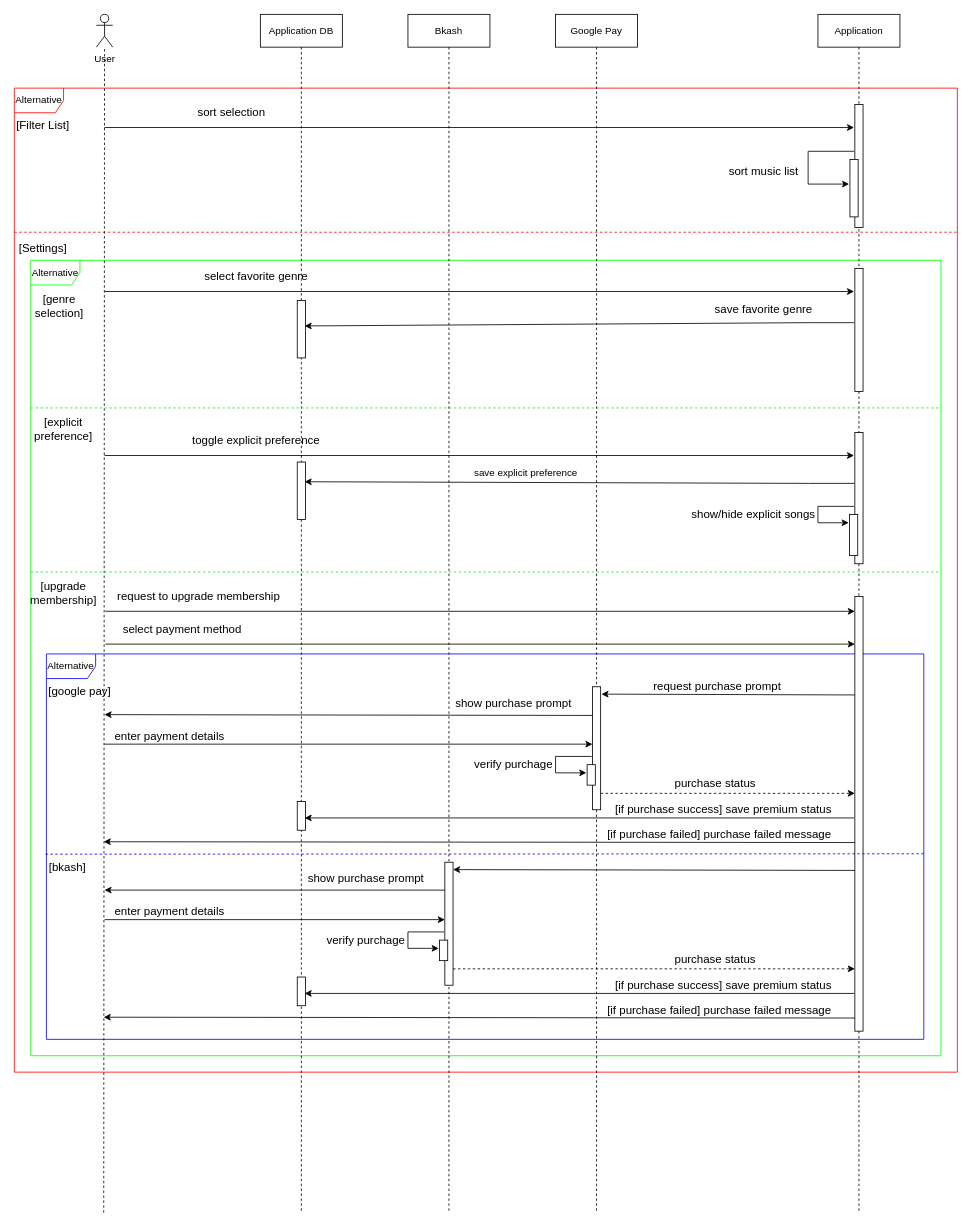
This is page "Page-2" (2 of 4) of System Analysis/PocketKaraoke Sequence Diagram.drawio from FuSan21/PocketKaraoke, a draw.io file, before an edit. Source tidied: cells renumbered, new cells numbered last; positions are measured from the earlier drawing's top-left corner, leaving out a move shared by most shapes. Both pictures are drawn from the tidied source at 82%, with x=0, y=0 at pixel (14, 14).
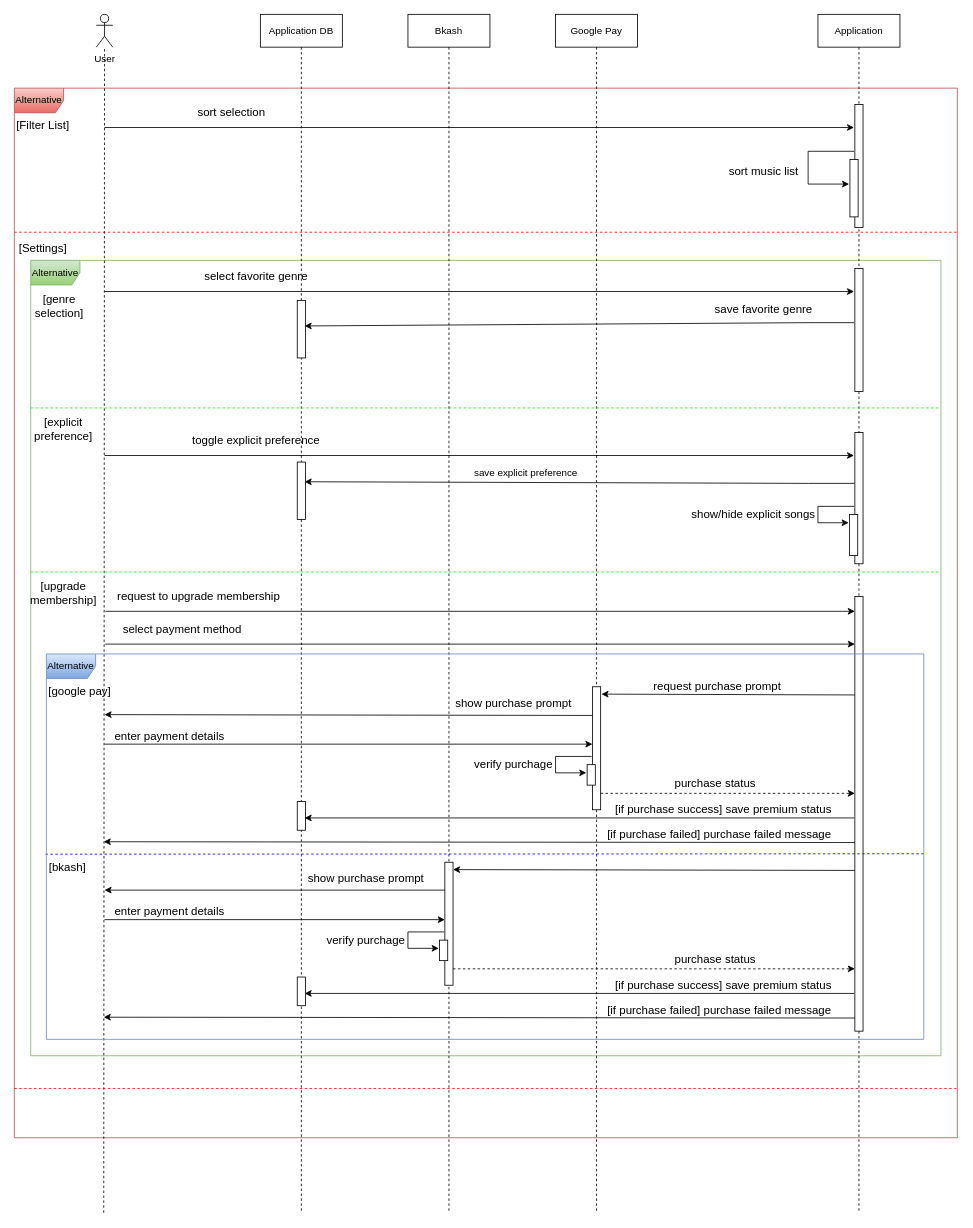
The same diagram, later.

What changed in the source:
```diff
@@
-    <mxCell id="2" value="Alternative" style="shape=umlFrame;whiteSpace=wrap;html=1;strokeColor=#FF0000;" parent="1" vertex="1">
-      <mxGeometry y="90" width="1150" height="1200" as="geometry" />
+    <mxCell id="2" value="Alternative" style="shape=umlFrame;whiteSpace=wrap;html=1;strokeColor=#b85450;fillColor=#f8cecc;gradientColor=#ea6b66;" parent="1" vertex="1">
+      <mxGeometry y="90" width="1150" height="1280" as="geometry" />
     </mxCell>
-    <mxCell id="3" value="Alternative" style="shape=umlFrame;whiteSpace=wrap;html=1;strokeColor=#00FF00;" parent="1" vertex="1">
+    <mxCell id="3" value="Alternative" style="shape=umlFrame;whiteSpace=wrap;html=1;strokeColor=#82b366;fillColor=#d5e8d4;gradientColor=#97d077;" parent="1" vertex="1">
       <mxGeometry x="20" y="300" width="1110" height="970" as="geometry" />
     </mxCell>
-    <mxCell id="4" value="Alternative" style="shape=umlFrame;whiteSpace=wrap;html=1;strokeColor=#0000FF;" parent="1" vertex="1">
-      <mxGeometry x="39.1" y="780" width="1070" height="470" as="geometry" />
-    </mxCell>
@@
+    <mxCell id="4" value="Alternative" style="shape=umlFrame;whiteSpace=wrap;html=1;strokeColor=#6c8ebf;fillColor=#dae8fc;gradientColor=#7ea6e0;" parent="1" vertex="1">
+      <mxGeometry x="39.1" y="780" width="1070" height="470" as="geometry" />
+    </mxCell>
+    <mxCell id="82" style="endArrow=none;dashed=1;html=1;rounded=0;exitX=0;exitY=0.102;exitDx=0;exitDy=0;exitPerimeter=0;entryX=1;entryY=0.102;entryDx=0;entryDy=0;entryPerimeter=0;strokeColor=#FF0000;" parent="1" edge="1">
+      <mxGeometry relative="1" as="geometry">
+        <mxPoint y="1310" as="sourcePoint" />
+        <mxPoint x="1150" y="1310" as="targetPoint" />
+      </mxGeometry>
+    </mxCell>
```
